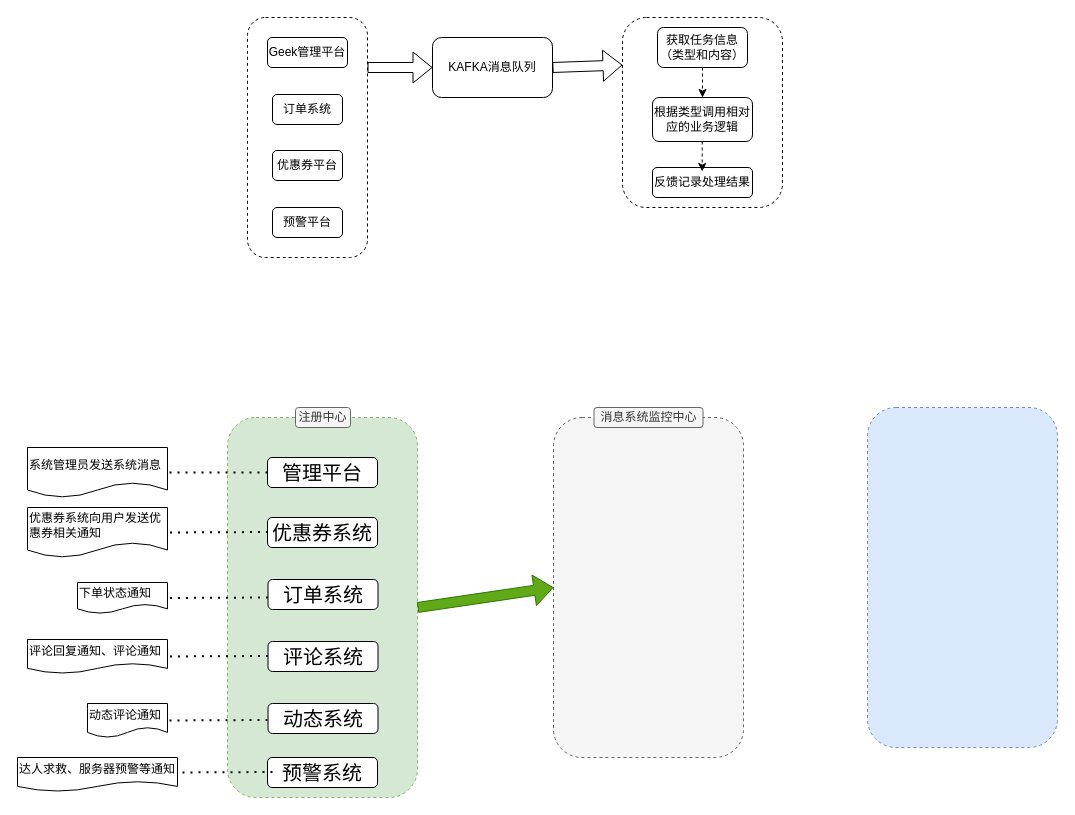
The draw.io diagram message.drawio in yoooknight/Git, before the edit. Source tidied: cells renumbered, new cells numbered last; positions are measured from the earlier drawing's top-left corner, leaving out a move shared by most shapes. Both pictures are drawn from the tidied source at 100%, with x=0, y=0 at pixel (17, 17).
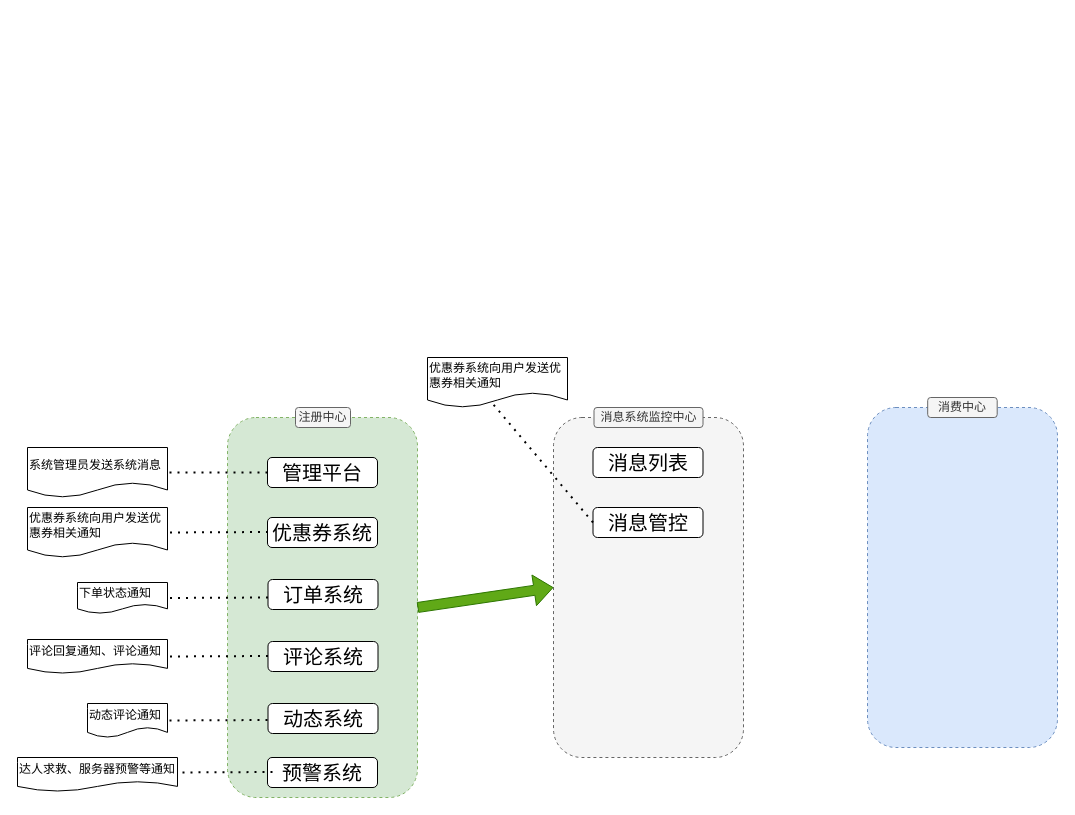
After the change.

The edit, as a diff of the source:
```diff
@@
-    <mxCell id="2" style="rounded=1;whiteSpace=wrap;html=1;dashed=1;" parent="1" vertex="1">
-      <mxGeometry x="230" width="120" height="240" as="geometry" />
-    </mxCell>
-    <mxCell id="3" value="KAFKA消息队列" style="rounded=1;whiteSpace=wrap;html=1;" parent="1" vertex="1">
-      <mxGeometry x="415" y="20" width="120" height="60" as="geometry" />
-    </mxCell>
-    <mxCell id="4" value="订单系统" style="rounded=1;whiteSpace=wrap;html=1;" parent="1" vertex="1">
-      <mxGeometry x="255" y="77" width="70" height="30" as="geometry" />
-    </mxCell>
-    <mxCell id="5" value="Geek管理平台" style="rounded=1;whiteSpace=wrap;html=1;" parent="1" vertex="1">
-      <mxGeometry x="250" y="20" width="80" height="30" as="geometry" />
-    </mxCell>
-    <mxCell id="6" value="预警平台" style="rounded=1;whiteSpace=wrap;html=1;" parent="1" vertex="1">
-      <mxGeometry x="255" y="190" width="70" height="30" as="geometry" />
-    </mxCell>
-    <mxCell id="7" value="优惠券平台" style="rounded=1;whiteSpace=wrap;html=1;" parent="1" vertex="1">
-      <mxGeometry x="255" y="133" width="70" height="30" as="geometry" />
-    </mxCell>
-    <mxCell id="8" style="shape=flexArrow;endArrow=classic;html=1;rounded=0;entryX=0;entryY=0.5;entryDx=0;entryDy=0;" parent="1" edge="1" target="3">
-      <mxGeometry relative="1" as="geometry">
-        <mxPoint x="350" y="50" as="sourcePoint" />
-      </mxGeometry>
-    </mxCell>
-    <mxCell id="9" style="shape=flexArrow;endArrow=classic;html=1;rounded=0;entryX=0;entryY=0.25;entryDx=0;entryDy=0;exitX=1;exitY=0.5;exitDx=0;exitDy=0;" parent="1" edge="1" source="3" target="10">
-      <mxGeometry relative="1" as="geometry" />
-    </mxCell>
-    <mxCell id="10" style="rounded=1;whiteSpace=wrap;html=1;dashed=1;" parent="1" vertex="1">
-      <mxGeometry x="605" width="160" height="190" as="geometry" />
-    </mxCell>
-    <mxCell id="11" value="获取任务信息（类型和内容）" style="rounded=1;whiteSpace=wrap;html=1;" parent="1" vertex="1">
-      <mxGeometry x="640" y="10" width="90" height="40" as="geometry" />
-    </mxCell>
-    <mxCell id="12" value="根据类型调用相对应的业务逻辑" style="rounded=1;whiteSpace=wrap;html=1;" parent="1" vertex="1">
-      <mxGeometry x="635" y="80" width="100" height="44" as="geometry" />
-    </mxCell>
-    <mxCell id="13" style="endArrow=classic;html=1;rounded=0;exitX=0.5;exitY=1;exitDx=0;exitDy=0;entryX=0.5;entryY=0;entryDx=0;entryDy=0;dashed=1;" parent="1" edge="1" source="11" target="12">
-      <mxGeometry relative="1" as="geometry" />
-    </mxCell>
-    <mxCell id="14" value="反馈记录处理结果" style="rounded=1;whiteSpace=wrap;html=1;" parent="1" vertex="1">
-      <mxGeometry x="635" y="150" width="100" height="30" as="geometry" />
-    </mxCell>
-    <mxCell id="15" style="endArrow=classic;html=1;rounded=0;exitX=0.5;exitY=1;exitDx=0;exitDy=0;entryX=0.5;entryY=0;entryDx=0;entryDy=0;dashed=1;" parent="1" edge="1">
-      <mxGeometry relative="1" as="geometry">
-        <mxPoint x="684.7" y="124" as="sourcePoint" />
-        <mxPoint x="684.7" y="154" as="targetPoint" />
-      </mxGeometry>
-    </mxCell>
@@
+    <mxCell id="40" value="&lt;span style=&quot;font-size: 20px;&quot;&gt;消息列表&lt;/span&gt;" style="rounded=1;whiteSpace=wrap;html=1;" parent="1" vertex="1">
+      <mxGeometry x="575.5" y="430" width="110" height="30" as="geometry" />
+    </mxCell>
+    <mxCell id="41" value="消费中心" style="rounded=1;whiteSpace=wrap;html=1;fillColor=#f5f5f5;strokeColor=#666666;fontColor=#333333;" parent="1" vertex="1">
+      <mxGeometry x="910.2" y="380" width="69.5" height="20" as="geometry" />
+    </mxCell>
+    <mxCell id="42" value="&lt;span style=&quot;font-size: 20px;&quot;&gt;消息管控&lt;/span&gt;" style="rounded=1;whiteSpace=wrap;html=1;" parent="1" vertex="1">
+      <mxGeometry x="575.5" y="490" width="110" height="30" as="geometry" />
+    </mxCell>
+    <mxCell id="43" style="endArrow=none;dashed=1;html=1;dashPattern=1 3;strokeWidth=2;rounded=0;exitX=0;exitY=0.5;exitDx=0;exitDy=0;entryX=0;entryY=0.75;entryDx=0;entryDy=0;" parent="1" edge="1" source="42">
+      <mxGeometry relative="1" as="geometry">
+        <mxPoint x="470" y="380" as="targetPoint" />
+      </mxGeometry>
+    </mxCell>
+    <mxCell id="44" value="优惠券系统向用户发送优惠券相关通知" style="shape=document;whiteSpace=wrap;html=1;boundedLbl=1;align=left;" parent="1" vertex="1">
+      <mxGeometry x="410" y="340" width="140" height="50" as="geometry" />
+    </mxCell>
```
